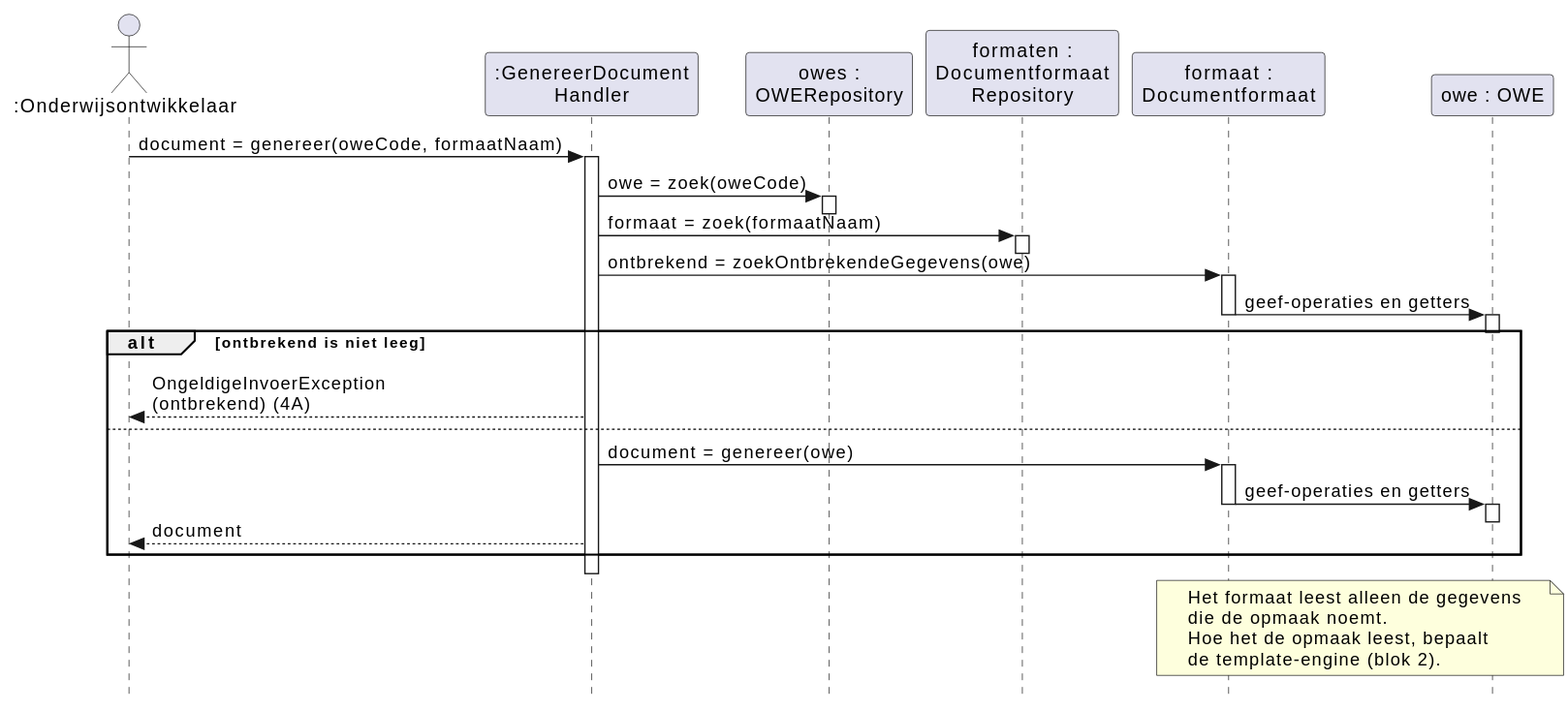
HAN-Craftsmanship-KL-JJG/casus keeps this PlantUML diagram as docs/diagrams/sd-uc06-genereer.svg. Above is the earlier version.
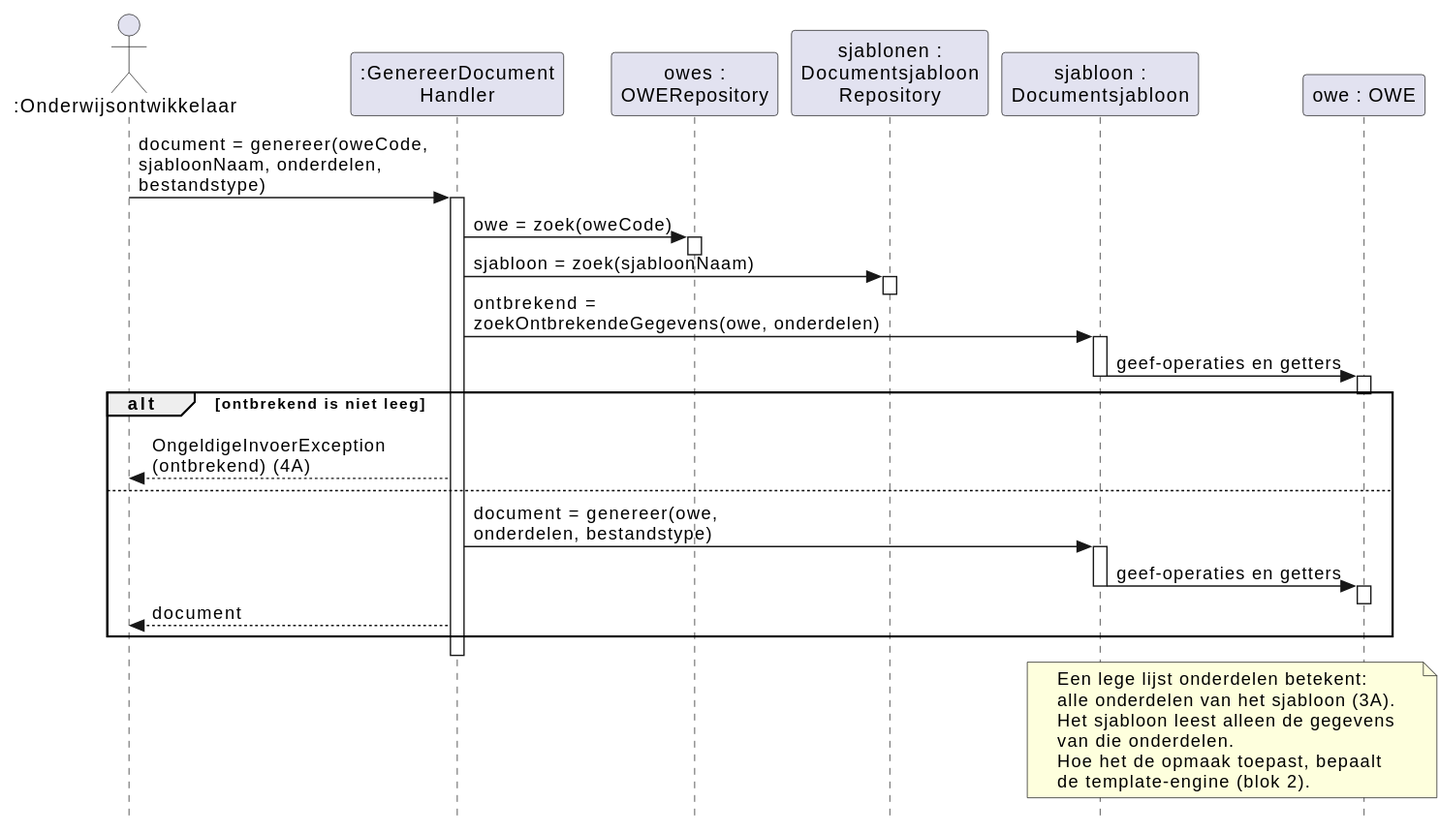
After the commit.

What changed in the source:
```diff
@@ -7,40 +7,42 @@
 actor ":Onderwijsontwikkelaar" as ontwikkelaar
 participant ":GenereerDocument\nHandler" as handler
 participant "owes :\nOWERepository" as owes
-participant "formaten :\nDocumentformaat\nRepository" as formaten
-participant "formaat :\nDocumentformaat" as formaat
+participant "sjablonen :\nDocumentsjabloon\nRepository" as sjablonen
+participant "sjabloon :\nDocumentsjabloon" as sjabloon
 participant "owe : OWE" as owe
 
-ontwikkelaar -> handler : document = genereer(oweCode, formaatNaam)
+ontwikkelaar -> handler : document = genereer(oweCode,\nsjabloonNaam, onderdelen,\nbestandstype)
 activate handler
 handler -> owes : owe = zoek(oweCode)
 activate owes
 deactivate owes
-handler -> formaten : formaat = zoek(formaatNaam)
-activate formaten
-deactivate formaten
-handler -> formaat : ontbrekend = zoekOntbrekendeGegevens(owe)
-activate formaat
-formaat -> owe : geef-operaties en getters
+handler -> sjablonen : sjabloon = zoek(sjabloonNaam)
+activate sjablonen
+deactivate sjablonen
+handler -> sjabloon : ontbrekend =\nzoekOntbrekendeGegevens(owe, onderdelen)
+activate sjabloon
+sjabloon -> owe : geef-operaties en getters
 activate owe
 deactivate owe
-deactivate formaat
+deactivate sjabloon
 alt ontbrekend is niet leeg
   handler --> ontwikkelaar : OngeldigeInvoerException\n(ontbrekend) (4A)
 else
-  handler -> formaat : document = genereer(owe)
-  activate formaat
-  formaat -> owe : geef-operaties en getters
+  handler -> sjabloon : document = genereer(owe,\nonderdelen, bestandstype)
+  activate sjabloon
+  sjabloon -> owe : geef-operaties en getters
   activate owe
   deactivate owe
-  deactivate formaat
+  deactivate sjabloon
   handler --> ontwikkelaar : document
 end
 deactivate handler
-note over formaat, owe
-  Het formaat leest alleen de gegevens
-  die de opmaak noemt.
-  Hoe het de opmaak leest, bepaalt
+note over sjabloon, owe
+  Een lege lijst onderdelen betekent:
+  alle onderdelen van het sjabloon (3A).
+  Het sjabloon leest alleen de gegevens
+  van die onderdelen.
+  Hoe het de opmaak toepast, bepaalt
   de template-engine (blok 2).
 end note
 @enduml
```
